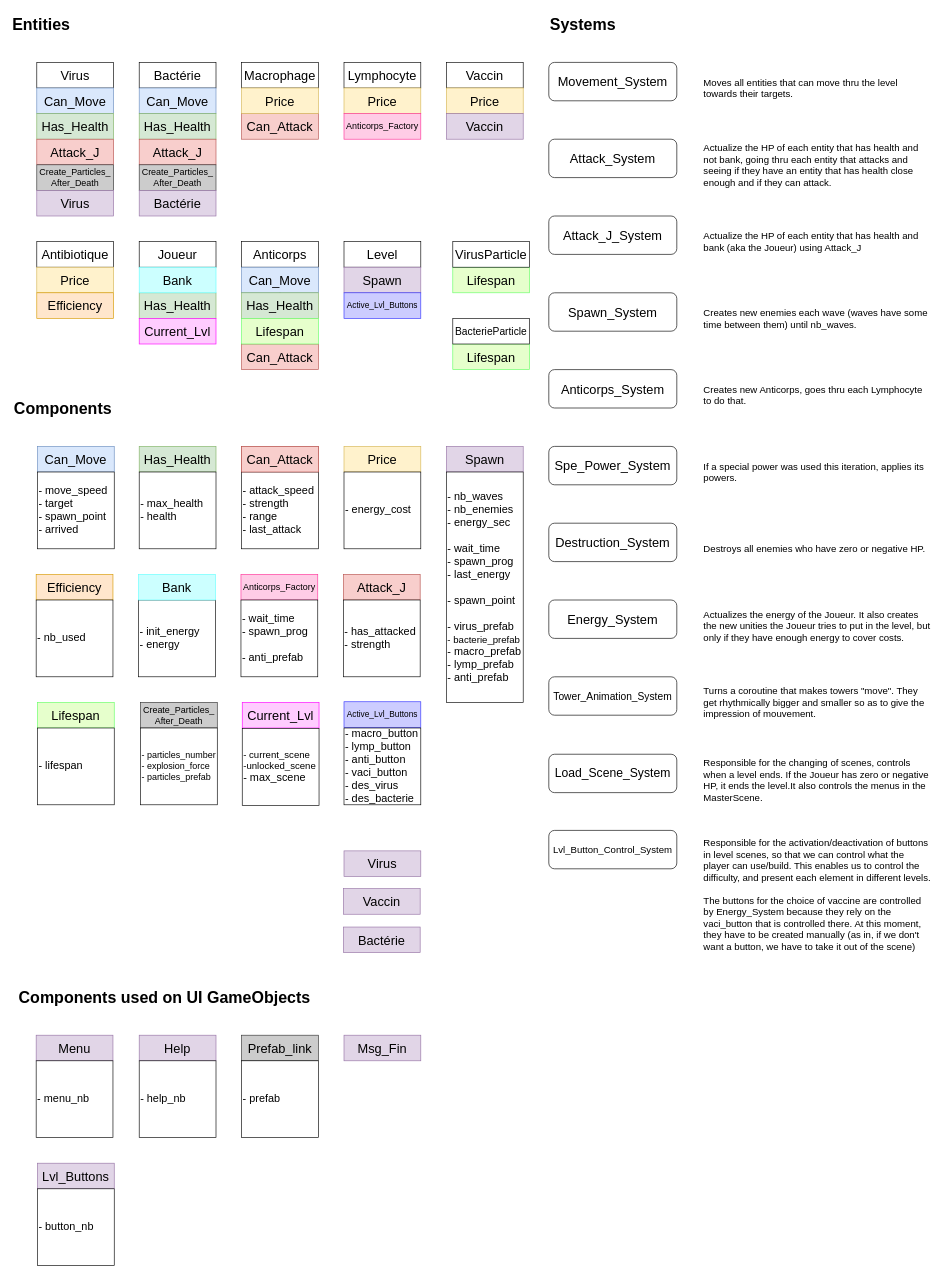
Titanmito/Immunocalypse keeps this draw.io diagram as entities_components.drawio. Above is the earlier version. Source tidied: cells renumbered, new cells numbered last; positions are measured from the earlier drawing's top-left corner, leaving out a move shared by most shapes. Both pictures are drawn from the tidied source at 64%, with x=0, y=0 at pixel (11, 11).
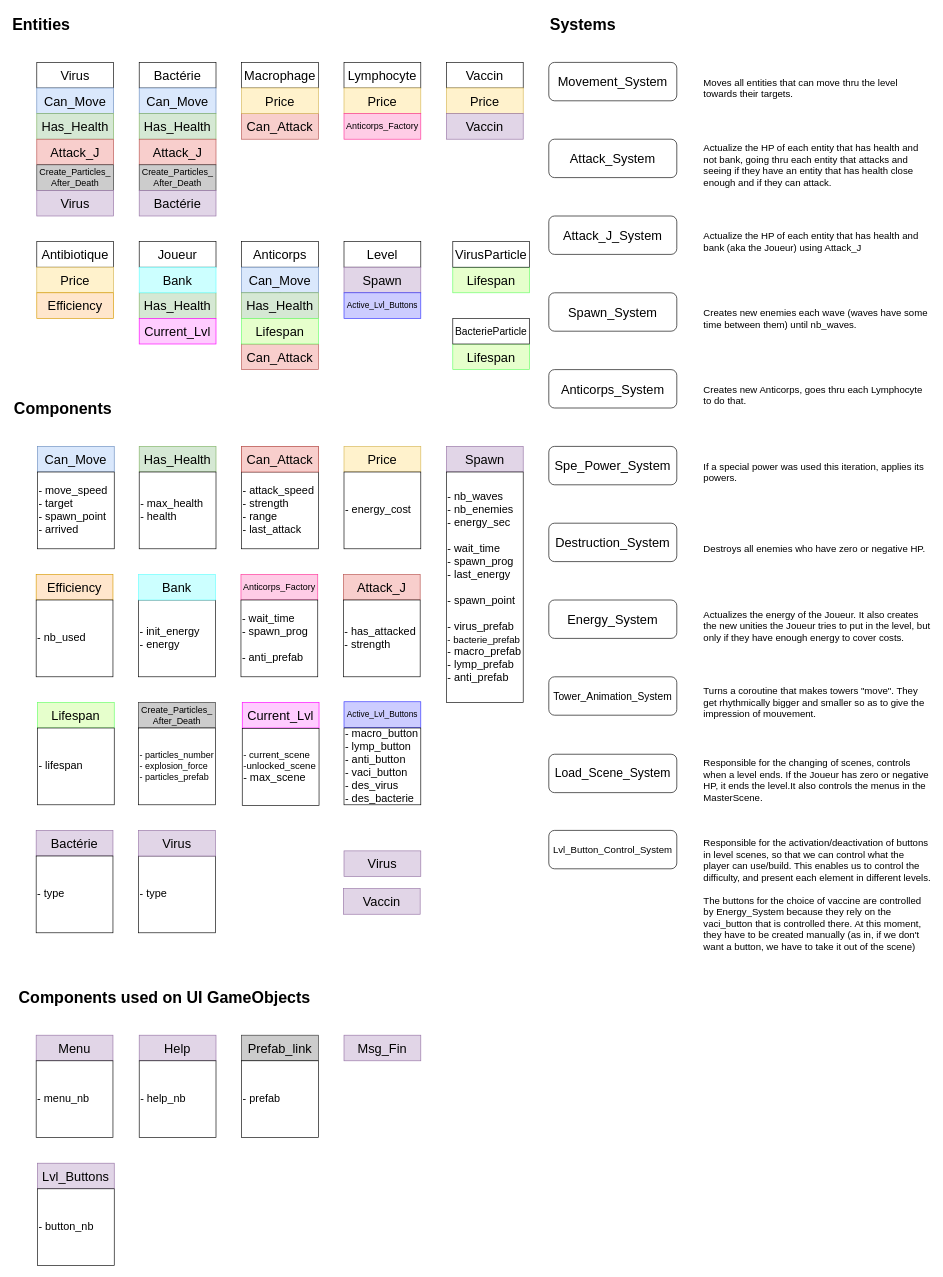
The same page after the edit.

Change to the diagram source:
```diff
@@
     <mxCell id="74" value="&lt;div style=&quot;font-size: 14px&quot;&gt;&lt;font style=&quot;font-size: 14px&quot;&gt;Create_Particles_&lt;/font&gt;&lt;/div&gt;&lt;div style=&quot;font-size: 14px&quot;&gt;&lt;font style=&quot;font-size: 14px&quot;&gt;After_Death&lt;/font&gt;&lt;/div&gt;" style="rounded=0;whiteSpace=wrap;html=1;fillColor=#CCCCCC;strokeColor=#333333;" parent="1" vertex="1">
-      <mxGeometry x="202" y="1080" width="120" height="40" as="geometry" />
+      <mxGeometry x="199" y="1080" width="120" height="40" as="geometry" />
     </mxCell>
     <mxCell id="75" value="&lt;div style=&quot;font-size: 14px&quot;&gt;&lt;font style=&quot;font-size: 14px&quot;&gt;- particles_number&lt;/font&gt;&lt;/div&gt;&lt;div style=&quot;font-size: 14px&quot;&gt;&lt;font style=&quot;font-size: 14px&quot;&gt;- explosion_force&lt;/font&gt;&lt;/div&gt;&lt;div style=&quot;font-size: 14px&quot;&gt;&lt;font style=&quot;font-size: 14px&quot;&gt;- particles_prefab&lt;/font&gt;&lt;br&gt;&lt;/div&gt;" style="rounded=0;whiteSpace=wrap;html=1;align=left;" parent="1" vertex="1">
-      <mxGeometry x="202" y="1120" width="120" height="120" as="geometry" />
+      <mxGeometry x="199" y="1120" width="120" height="120" as="geometry" />
     </mxCell>
@@
     <mxCell id="90" value="&lt;font style=&quot;font-size: 20px&quot;&gt;Bactérie&lt;/font&gt;" style="rounded=0;whiteSpace=wrap;html=1;fillColor=#e1d5e7;strokeColor=#9673a6;" parent="1" vertex="1">
-      <mxGeometry x="519" y="1431" width="120" height="40" as="geometry" />
+      <mxGeometry x="39" y="1280" width="120" height="40" as="geometry" />
     </mxCell>
@@
+    <mxCell id="109" value="&lt;div&gt;&lt;font style=&quot;font-size: 17px&quot;&gt;- type&lt;/font&gt;&lt;/div&gt;" style="rounded=0;whiteSpace=wrap;html=1;align=left;" parent="1" vertex="1">
+      <mxGeometry x="39" y="1320" width="120" height="120" as="geometry" />
+    </mxCell>
+    <mxCell id="110" value="&lt;div&gt;&lt;font style=&quot;font-size: 17px&quot;&gt;- type&lt;/font&gt;&lt;/div&gt;" style="rounded=0;whiteSpace=wrap;html=1;align=left;" parent="1" vertex="1">
+      <mxGeometry x="199" y="1320" width="120" height="120" as="geometry" />
+    </mxCell>
+    <mxCell id="111" value="&lt;font style=&quot;font-size: 20px&quot;&gt;Virus&lt;/font&gt;" style="rounded=0;whiteSpace=wrap;html=1;fillColor=#e1d5e7;strokeColor=#9673a6;" parent="1" vertex="1">
+      <mxGeometry x="199" y="1280" width="120" height="40" as="geometry" />
+    </mxCell>
```
